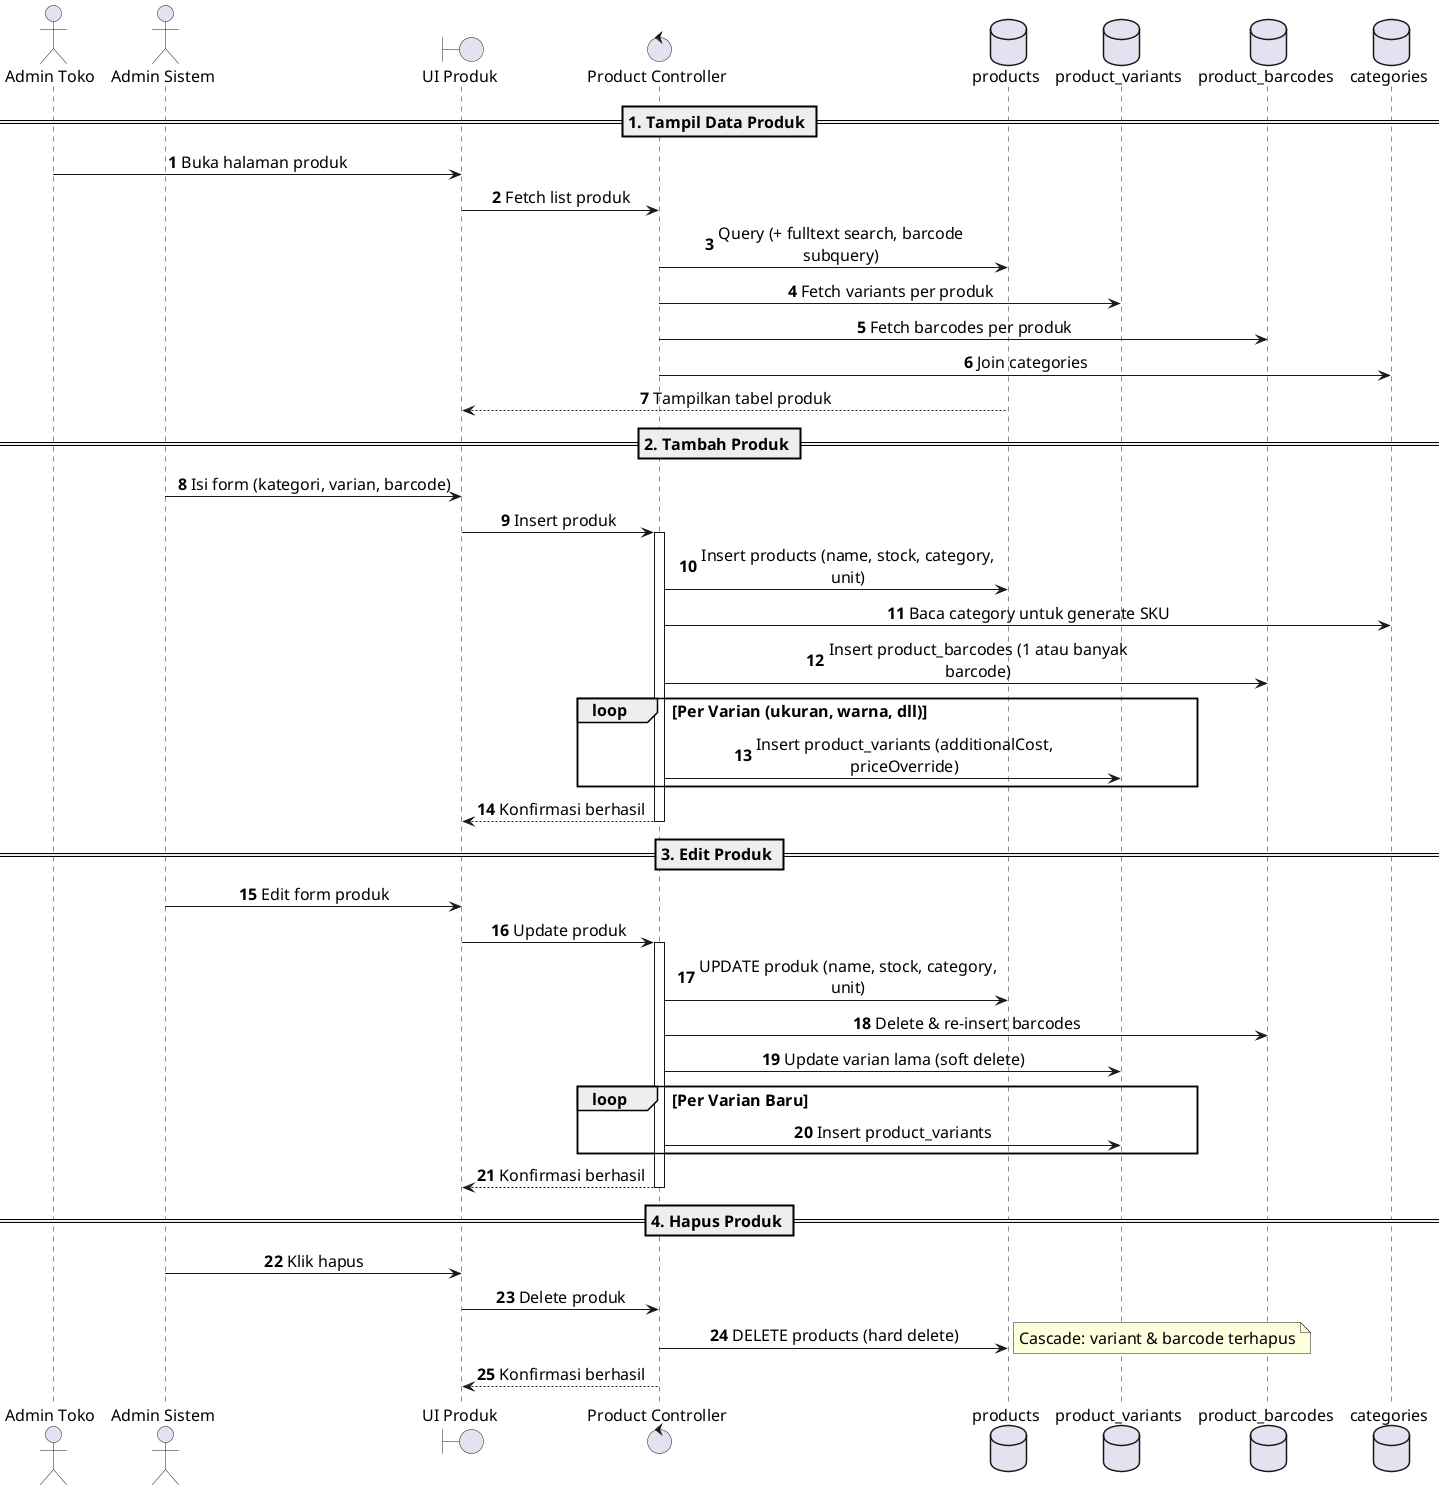
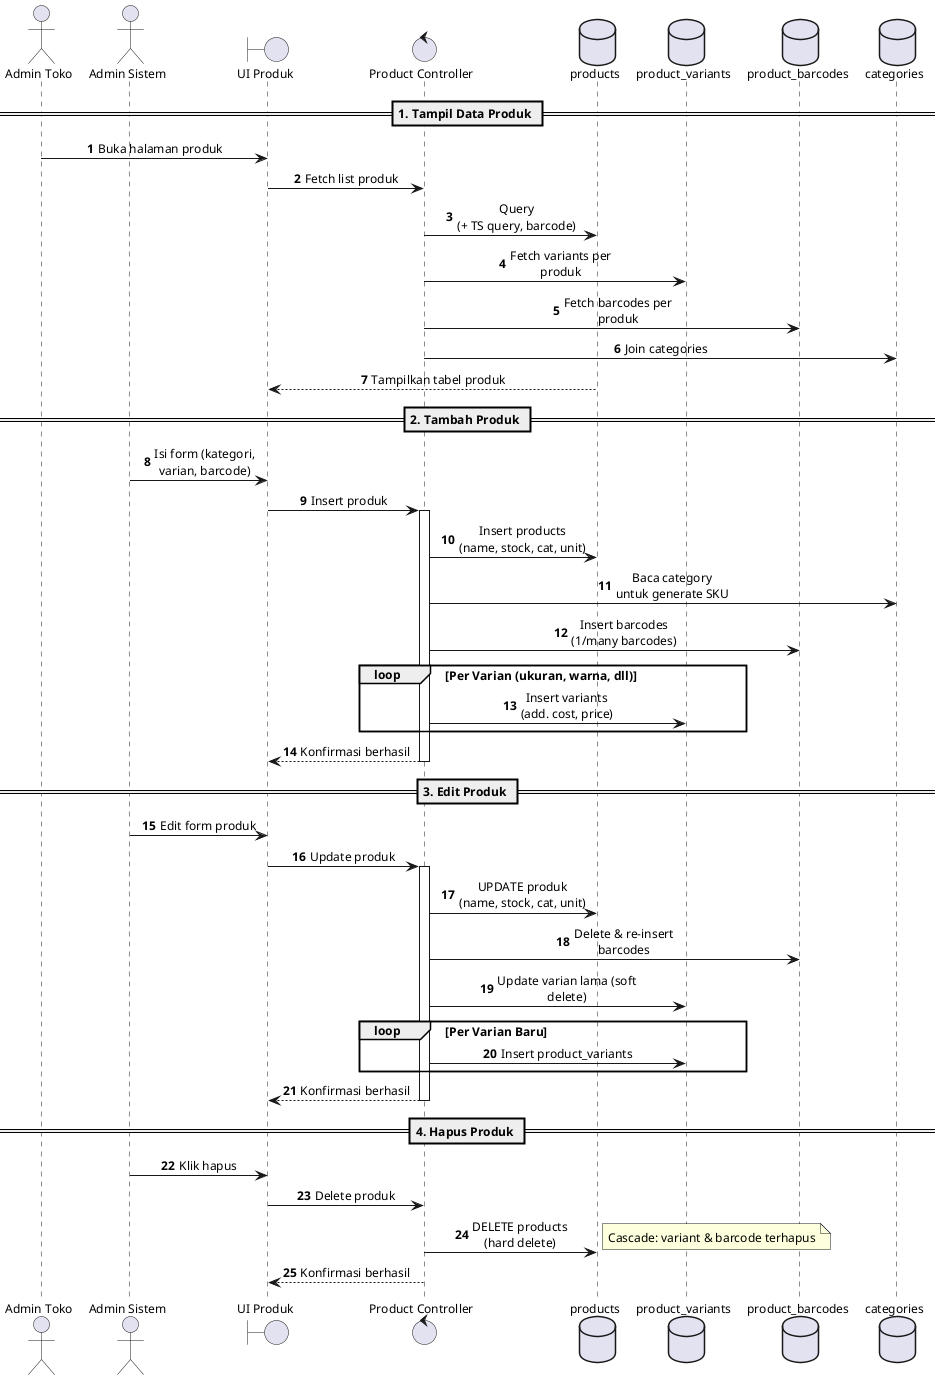
@startuml Product_Management_Sequence
autonumber

skinparam BoxPadding 5
skinparam ParticipantPadding 8
- skinparam defaultFontSize 16
- skinparam maxMessageSize 300
+ skinparam defaultFontSize 12
+ skinparam maxMessageSize 140
skinparam sequenceMessageAlign center

actor "Admin Toko" as Viewer
actor "Admin Sistem" as Admin
boundary "UI Produk" as UI
control "Product Controller" as Ctrl
database "products" as p
database "product_variants" as v
database "product_barcodes" as b
database "categories" as c

== 1. Tampil Data Produk ==
Viewer -> UI : Buka halaman produk
UI -> Ctrl : Fetch list produk
- Ctrl -> p : Query (+ fulltext search, barcode subquery)
+ Ctrl -> p : Query\n(+ TS query, barcode)
Ctrl -> v : Fetch variants per produk
Ctrl -> b : Fetch barcodes per produk
Ctrl -> c : Join categories
p --> UI : Tampilkan tabel produk

== 2. Tambah Produk ==
Admin -> UI : Isi form (kategori, varian, barcode)
UI -> Ctrl : Insert produk
activate Ctrl
- Ctrl -> p : Insert products (name, stock, category, unit)
- Ctrl -> c : Baca category untuk generate SKU
- Ctrl -> b : Insert product_barcodes (1 atau banyak barcode)
+ Ctrl -> p : Insert products\n(name, stock, cat, unit)
+ Ctrl -> c : Baca category\nuntuk generate SKU
+ Ctrl -> b : Insert barcodes\n(1/many barcodes)
loop Per Varian (ukuran, warna, dll)
-     Ctrl -> v : Insert product_variants (additionalCost, priceOverride)
+     Ctrl -> v : Insert variants\n(add. cost, price)
end
Ctrl --> UI : Konfirmasi berhasil
deactivate Ctrl

== 3. Edit Produk ==
Admin -> UI : Edit form produk
UI -> Ctrl : Update produk
activate Ctrl
- Ctrl -> p : UPDATE produk (name, stock, category, unit)
+ Ctrl -> p : UPDATE produk\n(name, stock, cat, unit)
Ctrl -> b : Delete & re-insert barcodes
Ctrl -> v : Update varian lama (soft delete)
loop Per Varian Baru
    Ctrl -> v : Insert product_variants
end
Ctrl --> UI : Konfirmasi berhasil
deactivate Ctrl

== 4. Hapus Produk ==
Admin -> UI : Klik hapus
UI -> Ctrl : Delete produk
- Ctrl -> p : DELETE products (hard delete)
+ Ctrl -> p : DELETE products\n(hard delete)
note right: Cascade: variant & barcode terhapus
Ctrl --> UI : Konfirmasi berhasil

@enduml
